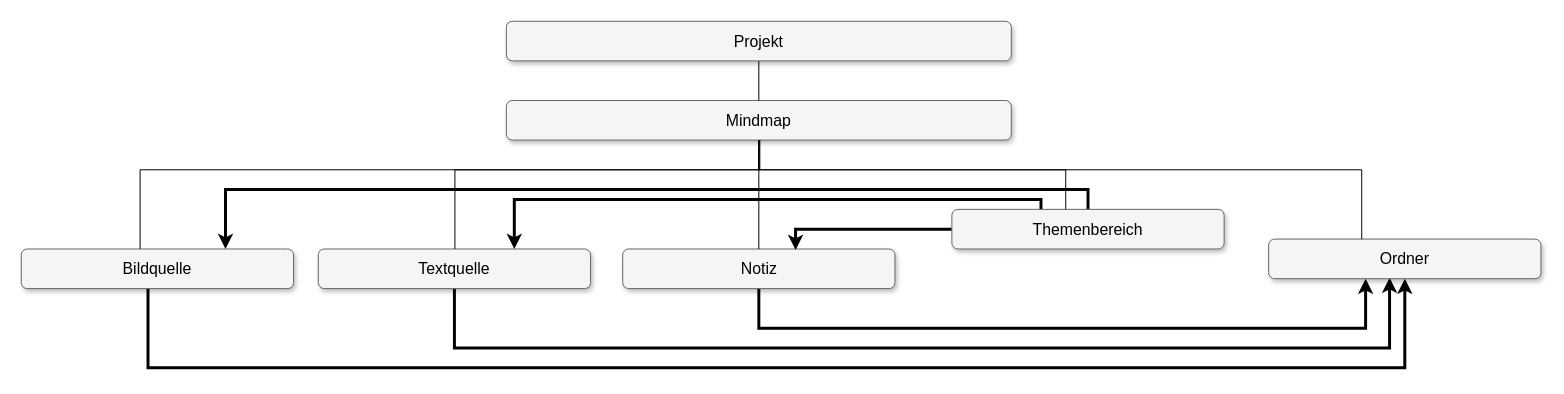
Masternuss/Datenbanken2022 keeps this draw.io diagram as Untitled Diagram.drawio. Above is the earlier version. Source tidied: cells renumbered, new cells numbered last; positions are measured from the earlier drawing's top-left corner, leaving out a move shared by most shapes. Both pictures are drawn from the tidied source at 99%, with x=0, y=0 at pixel (21, 21).
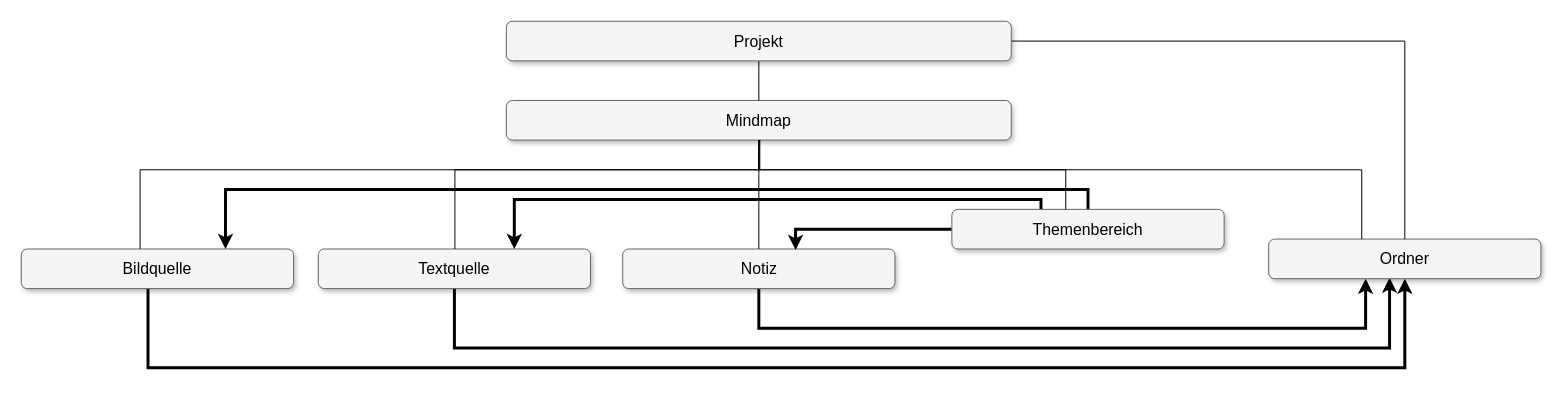
After the change.

The change refers to these unchanged cells:
```xml
<mxCell id="13" value="Ordner" style="whiteSpace=wrap;html=1;rounded=1;shadow=1;strokeWidth=1;fontSize=16;align=center;fillColor=#f5f5f5;strokeColor=#666666;" parent="1" vertex="1">
  <mxGeometry x="1260" y="220" width="275" height="40" as="geometry" />
</mxCell>
<mxCell id="20" value="Projekt" style="whiteSpace=wrap;html=1;rounded=1;shadow=1;strokeWidth=1;fontSize=16;align=center;fillColor=#f5f5f5;strokeColor=#666666;" parent="1" vertex="1">
  <mxGeometry x="490" width="510" height="40" as="geometry" />
</mxCell>
```

What changed in the source:
```diff
@@
+    <mxCell id="21" style="edgeStyle=orthogonalEdgeStyle;rounded=0;jettySize=auto;html=1;endArrow=none;endFill=0;strokeWidth=1;" parent="1" edge="1" source="20" target="13">
+      <mxGeometry relative="1" as="geometry" />
+    </mxCell>
```
